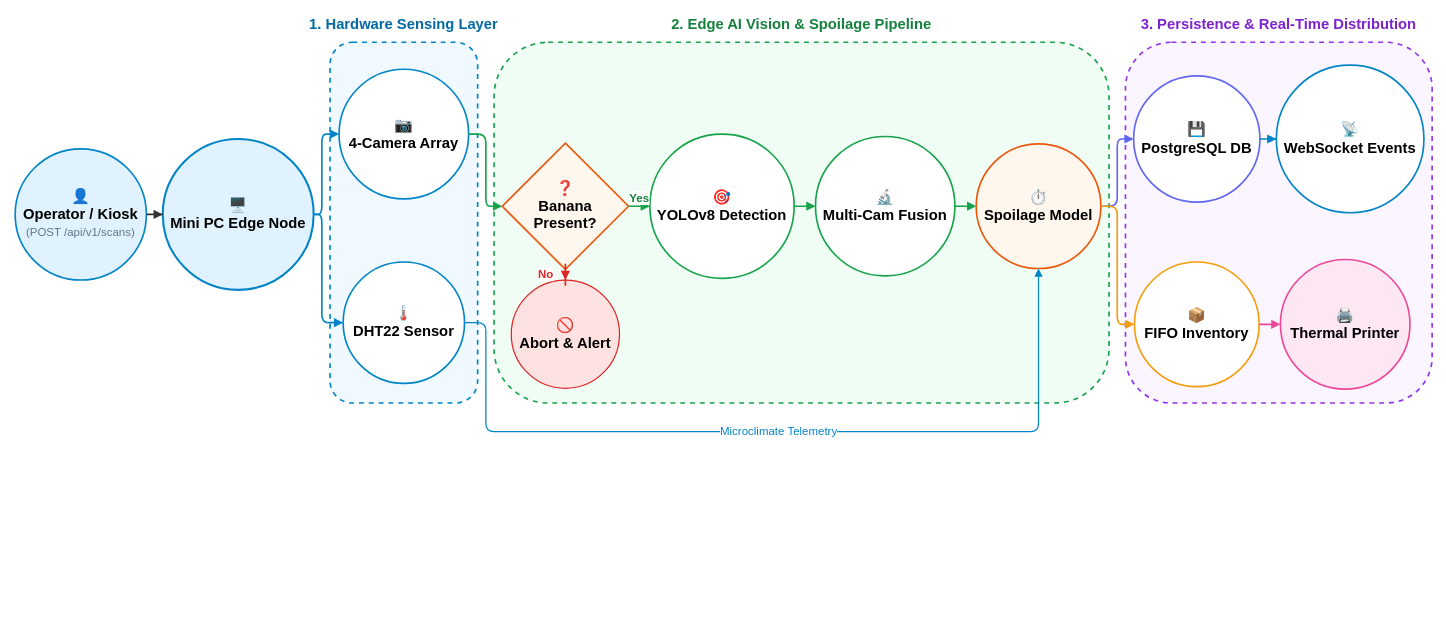
BlackShark404/BananaVision keeps this draw.io diagram as docs/bananavision-docs/docs/workflows/workflow_iot.drawio. Above is the earlier version. Source tidied: cells renumbered, new cells numbered last; positions are measured from the earlier drawing's top-left corner, leaving out a move shared by most shapes. Both pictures are drawn from the tidied source at 82%, with x=0, y=0 at pixel (15, 14).
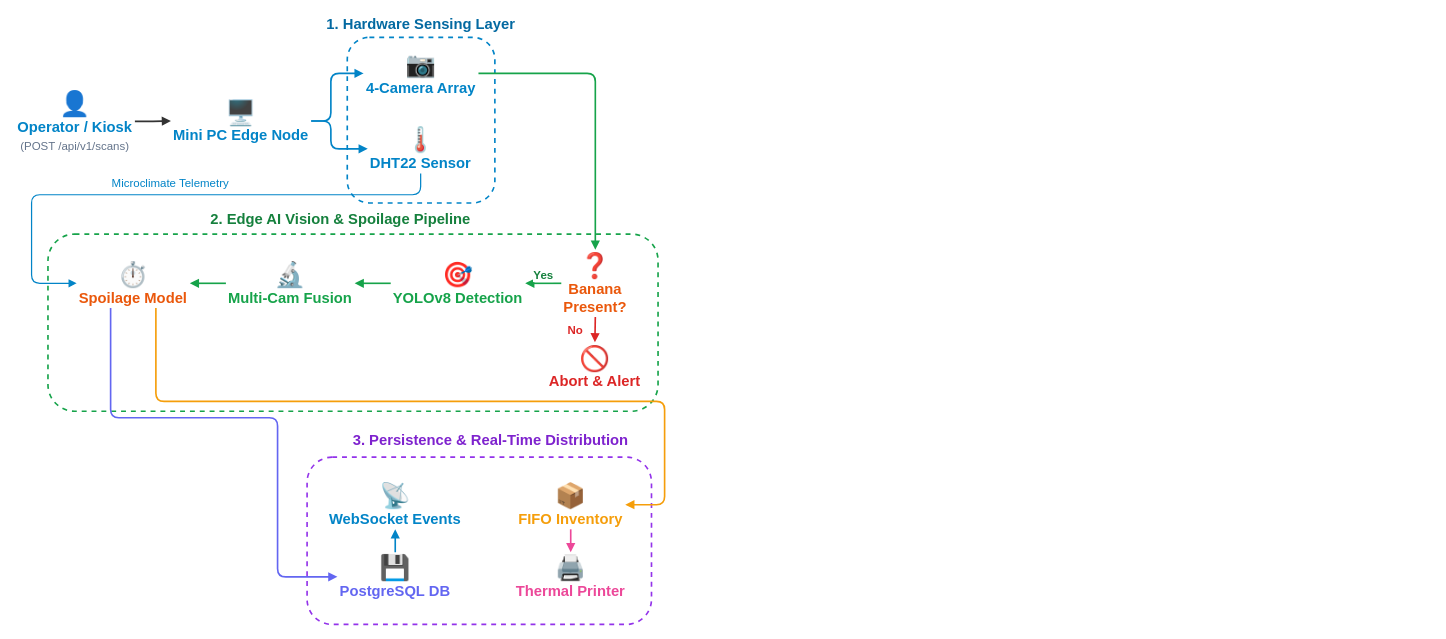
The same page after the edit.

Commit message (it also covers changes not shown here):
refactor: update workflow drawio diagrams and development decisions documentation

Diff of the diagram source:
```diff
@@
-    <mxCell id="2" value="👤&lt;br&gt;&lt;b&gt;Operator / Kiosk&lt;/b&gt;&lt;br&gt;&lt;font color=&quot;#64748b&quot; style=&quot;font-size: 14px;&quot;&gt;(POST /api/v1/scans)&lt;/font&gt;" style="ellipse;whiteSpace=wrap;html=1;fillColor=#e0f2fe;strokeColor=#0284c7;strokeWidth=2;fontSize=18;spacing=3;" parent="1" vertex="1">
-      <mxGeometry y="164" width="160" height="160" as="geometry" />
+    <mxCell id="2" value="&lt;font style=&quot;font-size: 30px;&quot;&gt;👤&lt;/font&gt;&lt;br&gt;&lt;b&gt;Operator / Kiosk&lt;/b&gt;&lt;br&gt;&lt;font color=&quot;#64748b&quot; style=&quot;font-size: 14px;&quot;&gt;(POST /api/v1/scans)&lt;/font&gt;" style="text;html=1;align=center;verticalAlign=middle;whiteSpace=wrap;rounded=0;fontSize=18;fontColor=#0284c7;" parent="1" vertex="1">
+      <mxGeometry y="92" width="146" height="77" as="geometry" />
     </mxCell>
-    <mxCell id="3" value="🖥️&lt;br&gt;&lt;b&gt;Mini PC Edge Node&lt;/b&gt;" style="ellipse;whiteSpace=wrap;html=1;fillColor=#e0f2fe;strokeColor=#0284c7;strokeWidth=2.5;fontSize=18;spacing=3;" parent="1" vertex="1">
-      <mxGeometry x="180" y="152" width="184" height="184" as="geometry" />
+    <mxCell id="3" value="&lt;font style=&quot;font-size: 30px;&quot;&gt;🖥️&lt;/font&gt;&lt;br&gt;&lt;b&gt;Mini PC Edge Node&lt;/b&gt;" style="text;html=1;align=center;verticalAlign=middle;whiteSpace=wrap;rounded=0;fontSize=18;fontColor=#0284c7;" parent="1" vertex="1">
+      <mxGeometry x="190" y="100" width="171" height="60" as="geometry" />
     </mxCell>
-    <mxCell id="4" style="rounded=1;whiteSpace=wrap;html=1;fillColor=#f0f9ff;strokeColor=#0284c7;strokeWidth=2;dashed=1;" parent="1" vertex="1">
-      <mxGeometry x="384" y="34" width="180" height="440" as="geometry" />
+    <mxCell id="4" style="rounded=1;whiteSpace=wrap;html=1;fillColor=none;strokeColor=#0284c7;strokeWidth=2;dashed=1;" parent="1" vertex="1">
+      <mxGeometry x="405" y="28" width="180" height="202" as="geometry" />
     </mxCell>
     <mxCell id="5" value="&lt;b&gt;1. Hardware Sensing Layer&lt;/b&gt;" style="text;html=1;align=center;verticalAlign=middle;whiteSpace=wrap;rounded=0;fontSize=18;fontColor=#0369a1;" parent="1" vertex="1">
-      <mxGeometry x="314" width="320" height="24" as="geometry" />
+      <mxGeometry x="335" width="320" height="24" as="geometry" />
     </mxCell>
-    <mxCell id="6" value="📷&lt;br&gt;&lt;b&gt;4-Camera Array&lt;/b&gt;" style="ellipse;whiteSpace=wrap;html=1;fillColor=#ffffff;strokeColor=#0284c7;strokeWidth=2;fontSize=18;spacing=3;" parent="1" vertex="1">
-      <mxGeometry x="395" y="67" width="158" height="158" as="geometry" />
+    <mxCell id="6" value="&lt;font style=&quot;font-size: 30px;&quot;&gt;📷&lt;/font&gt;&lt;br&gt;&lt;b&gt;4-Camera Array&lt;/b&gt;" style="text;html=1;align=center;verticalAlign=middle;whiteSpace=wrap;rounded=0;fontSize=18;fontColor=#0284c7;" parent="1" vertex="1">
+      <mxGeometry x="425" y="42" width="140" height="60" as="geometry" />
     </mxCell>
-    <mxCell id="7" value="🌡️&lt;br&gt;&lt;b&gt;DHT22 Sensor&lt;/b&gt;" style="ellipse;whiteSpace=wrap;html=1;fillColor=#ffffff;strokeColor=#0284c7;strokeWidth=2;fontSize=18;spacing=3;" parent="1" vertex="1">
-      <mxGeometry x="400" y="302" width="148" height="148" as="geometry" />
+    <mxCell id="7" value="&lt;font style=&quot;font-size: 30px;&quot;&gt;🌡️&lt;/font&gt;&lt;br&gt;&lt;b&gt;DHT22 Sensor&lt;/b&gt;" style="text;html=1;align=center;verticalAlign=middle;whiteSpace=wrap;rounded=0;fontSize=18;fontColor=#0284c7;" parent="1" vertex="1">
+      <mxGeometry x="430" y="134" width="129" height="60" as="geometry" />
     </mxCell>
-    <mxCell id="8" style="rounded=1;whiteSpace=wrap;html=1;fillColor=#f0fdf4;strokeColor=#16a34a;strokeWidth=2;dashed=1;" parent="1" vertex="1">
-      <mxGeometry x="584" y="34" width="750" height="440" as="geometry" />
+    <mxCell id="8" style="rounded=1;whiteSpace=wrap;html=1;fillColor=none;strokeColor=#16a34a;strokeWidth=2;dashed=1;" parent="1" vertex="1">
+      <mxGeometry x="40" y="268" width="744" height="216" as="geometry" />
     </mxCell>
     <mxCell id="9" value="&lt;b&gt;2. Edge AI Vision &amp;amp; Spoilage Pipeline&lt;/b&gt;" style="text;html=1;align=center;verticalAlign=middle;whiteSpace=wrap;rounded=0;fontSize=18;fontColor=#15803d;" parent="1" vertex="1">
-      <mxGeometry x="749" width="420" height="24" as="geometry" />
+      <mxGeometry x="227" y="238" width="340" height="24" as="geometry" />
     </mxCell>
-    <mxCell id="10" value="❓&lt;br&gt;&lt;b&gt;Banana&lt;br&gt;Present?&lt;/b&gt;" style="rhombus;whiteSpace=wrap;html=1;fillColor=#fff7ed;strokeColor=#ea580c;strokeWidth=2;fontSize=18;fontStyle=1;" parent="1" vertex="1">
-      <mxGeometry x="594" y="157" width="154" height="154" as="geometry" />
+    <mxCell id="10" value="&lt;font style=&quot;font-size: 30px;&quot;&gt;❓&lt;/font&gt;&lt;br&gt;&lt;b&gt;Banana&lt;br&gt;Present?&lt;/b&gt;" style="text;html=1;align=center;verticalAlign=middle;whiteSpace=wrap;rounded=0;fontSize=18;fontColor=#ea580c;" parent="1" vertex="1">
+      <mxGeometry x="666" y="287" width="83" height="82" as="geometry" />
     </mxCell>
-    <mxCell id="11" value="🚫&lt;br&gt;&lt;b&gt;Abort &amp;amp; Alert&lt;/b&gt;" style="ellipse;whiteSpace=wrap;html=1;fillColor=#fee2e2;strokeColor=#dc2626;strokeWidth=1.5;fontSize=18;spacing=2;" parent="1" vertex="1">
-      <mxGeometry x="605" y="324" width="132" height="132" as="geometry" />
+    <mxCell id="11" value="&lt;font style=&quot;font-size: 30px;&quot;&gt;🚫&lt;/font&gt;&lt;br&gt;&lt;b&gt;Abort &amp;amp; Alert&lt;/b&gt;" style="text;html=1;align=center;verticalAlign=middle;whiteSpace=wrap;rounded=0;fontSize=18;fontColor=#dc2626;" parent="1" vertex="1">
+      <mxGeometry x="648" y="400" width="118" height="60" as="geometry" />
     </mxCell>
-    <mxCell id="12" value="🎯&lt;br&gt;&lt;b&gt;YOLOv8 Detection&lt;/b&gt;" style="ellipse;whiteSpace=wrap;html=1;fillColor=#ffffff;strokeColor=#16a34a;strokeWidth=2;fontSize=18;spacing=3;" parent="1" vertex="1">
-      <mxGeometry x="774" y="146" width="176" height="176" as="geometry" />
+    <mxCell id="12" value="&lt;font style=&quot;font-size: 30px;&quot;&gt;🎯&lt;/font&gt;&lt;br&gt;&lt;b&gt;YOLOv8 Detection&lt;/b&gt;" style="text;html=1;align=center;verticalAlign=middle;whiteSpace=wrap;rounded=0;fontSize=18;fontColor=#16a34a;" parent="1" vertex="1">
+      <mxGeometry x="458" y="298" width="164" height="60" as="geometry" />
     </mxCell>
-    <mxCell id="13" value="🔬&lt;br&gt;&lt;b&gt;Multi-Cam Fusion&lt;/b&gt;" style="ellipse;whiteSpace=wrap;html=1;fillColor=#ffffff;strokeColor=#16a34a;strokeWidth=2;fontSize=18;spacing=3;" parent="1" vertex="1">
-      <mxGeometry x="976" y="149" width="170" height="170" as="geometry" />
+    <mxCell id="13" value="&lt;font style=&quot;font-size: 30px;&quot;&gt;🔬&lt;/font&gt;&lt;br&gt;&lt;b&gt;Multi-Cam Fusion&lt;/b&gt;" style="text;html=1;align=center;verticalAlign=middle;whiteSpace=wrap;rounded=0;fontSize=18;fontColor=#16a34a;" parent="1" vertex="1">
+      <mxGeometry x="257" y="298" width="157" height="60" as="geometry" />
     </mxCell>
-    <mxCell id="14" value="⏱️&lt;br&gt;&lt;b&gt;Spoilage Model&lt;/b&gt;" style="ellipse;whiteSpace=wrap;html=1;fillColor=#fff7ed;strokeColor=#ea580c;strokeWidth=2;fontSize=18;spacing=3;" parent="1" vertex="1">
-      <mxGeometry x="1172" y="158" width="152" height="152" as="geometry" />
+    <mxCell id="14" value="&lt;font style=&quot;font-size: 30px;&quot;&gt;⏱️&lt;/font&gt;&lt;br&gt;&lt;b&gt;Spoilage Model&lt;/b&gt;" style="text;html=1;align=center;verticalAlign=middle;whiteSpace=wrap;rounded=0;fontSize=18;fontColor=#ea580c;" parent="1" vertex="1">
+      <mxGeometry x="75" y="298" width="138" height="60" as="geometry" />
     </mxCell>
-    <mxCell id="15" style="rounded=1;whiteSpace=wrap;html=1;fillColor=#faf5ff;strokeColor=#9333ea;strokeWidth=2;dashed=1;" parent="1" vertex="1">
-      <mxGeometry x="1354" y="34" width="374" height="440" as="geometry" />
+    <mxCell id="15" style="rounded=1;whiteSpace=wrap;html=1;fillColor=none;strokeColor=#9333ea;strokeWidth=2;dashed=1;" parent="1" vertex="1">
+      <mxGeometry x="356" y="540" width="420" height="204" as="geometry" />
     </mxCell>
     <mxCell id="16" value="&lt;b&gt;3. Persistence &amp;amp; Real-Time Distribution&lt;/b&gt;" style="text;html=1;align=center;verticalAlign=middle;whiteSpace=wrap;rounded=0;fontSize=18;fontColor=#7e22ce;" parent="1" vertex="1">
-      <mxGeometry x="1354" width="374" height="24" as="geometry" />
+      <mxGeometry x="390" y="508" width="380" height="24" as="geometry" />
     </mxCell>
-    <mxCell id="17" value="💾&lt;br&gt;&lt;b&gt;PostgreSQL DB&lt;/b&gt;" style="ellipse;whiteSpace=wrap;html=1;fillColor=#ffffff;strokeColor=#6366f1;strokeWidth=2;fontSize=18;spacing=3;" parent="1" vertex="1">
-      <mxGeometry x="1364" y="75" width="154" height="154" as="geometry" />
+    <mxCell id="17" value="&lt;font style=&quot;font-size: 30px;&quot;&gt;💾&lt;/font&gt;&lt;br&gt;&lt;b&gt;PostgreSQL DB&lt;/b&gt;" style="text;html=1;align=center;verticalAlign=middle;whiteSpace=wrap;rounded=0;fontSize=18;fontColor=#6366f1;" parent="1" vertex="1">
+      <mxGeometry x="393" y="656" width="141" height="60" as="geometry" />
     </mxCell>
-    <mxCell id="18" value="📡&lt;br&gt;&lt;b&gt;WebSocket Events&lt;/b&gt;" style="ellipse;whiteSpace=wrap;html=1;fillColor=#ffffff;strokeColor=#0284c7;strokeWidth=2;fontSize=18;spacing=3;" parent="1" vertex="1">
-      <mxGeometry x="1538" y="62" width="180" height="180" as="geometry" />
+    <mxCell id="18" value="&lt;font style=&quot;font-size: 30px;&quot;&gt;📡&lt;/font&gt;&lt;br&gt;&lt;b&gt;WebSocket Events&lt;/b&gt;" style="text;html=1;align=center;verticalAlign=middle;whiteSpace=wrap;rounded=0;fontSize=18;fontColor=#0284c7;" parent="1" vertex="1">
+      <mxGeometry x="380" y="568" width="167" height="60" as="geometry" />
     </mxCell>
-    <mxCell id="19" value="📦&lt;br&gt;&lt;b&gt;FIFO Inventory&lt;/b&gt;" style="ellipse;whiteSpace=wrap;html=1;fillColor=#ffffff;strokeColor=#f59e0b;strokeWidth=2;fontSize=18;spacing=3;" parent="1" vertex="1">
-      <mxGeometry x="1365" y="302" width="152" height="152" as="geometry" />
+    <mxCell id="19" value="&lt;font style=&quot;font-size: 30px;&quot;&gt;📦&lt;/font&gt;&lt;br&gt;&lt;b&gt;FIFO Inventory&lt;/b&gt;" style="text;html=1;align=center;verticalAlign=middle;whiteSpace=wrap;rounded=0;fontSize=18;fontColor=#f59e0b;" parent="1" vertex="1">
+      <mxGeometry x="611" y="568" width="133" height="60" as="geometry" />
     </mxCell>
-    <mxCell id="20" value="🖨️&lt;br&gt;&lt;b&gt;Thermal Printer&lt;/b&gt;" style="ellipse;whiteSpace=wrap;html=1;fillColor=#fce7f3;strokeColor=#ec4899;strokeWidth=2;fontSize=18;spacing=3;" parent="1" vertex="1">
-      <mxGeometry x="1543" y="299" width="158" height="158" as="geometry" />
+    <mxCell id="20" value="&lt;font style=&quot;font-size: 30px;&quot;&gt;🖨️&lt;/font&gt;&lt;br&gt;&lt;b&gt;Thermal Printer&lt;/b&gt;" style="text;html=1;align=center;verticalAlign=middle;whiteSpace=wrap;rounded=0;fontSize=18;fontColor=#ec4899;" parent="1" vertex="1">
+      <mxGeometry x="608" y="656" width="139" height="60" as="geometry" />
     </mxCell>
-    <mxCell id="21" style="edgeStyle=orthogonalEdgeStyle;rounded=0;jettySize=auto;html=1;strokeWidth=2;strokeColor=#333333;endArrow=block;endFill=1;" parent="1" edge="1" source="2" target="3">
+    <mxCell id="21" style="edgeStyle=orthogonalEdgeStyle;rounded=0;jettySize=auto;html=1;strokeWidth=2;strokeColor=#333333;endArrow=block;endFill=1;exitX=1;exitY=0.5;entryX=0;entryY=0.5;" parent="1" edge="1" source="2" target="3">
       <mxGeometry relative="1" as="geometry" />
     </mxCell>
     <mxCell id="22" style="edgeStyle=orthogonalEdgeStyle;rounded=1;jettySize=auto;html=1;strokeWidth=2;strokeColor=#0284c7;endArrow=block;endFill=1;exitX=1;exitY=0.5;entryX=0;entryY=0.5;" parent="1" edge="1" source="3" target="6">
       <mxGeometry relative="1" as="geometry">
         <Array as="points">
-          <mxPoint x="374" y="244" />
-          <mxPoint x="374" y="146" />
+          <mxPoint x="385" y="130" />
+          <mxPoint x="385" y="72" />
         </Array>
       </mxGeometry>
     </mxCell>
     <mxCell id="23" style="edgeStyle=orthogonalEdgeStyle;rounded=1;jettySize=auto;html=1;strokeWidth=2;strokeColor=#0284c7;endArrow=block;endFill=1;exitX=1;exitY=0.5;entryX=0;entryY=0.5;" parent="1" edge="1" source="3" target="7">
       <mxGeometry relative="1" as="geometry">
         <Array as="points">
-          <mxPoint x="374" y="244" />
-          <mxPoint x="374" y="376" />
+          <mxPoint x="385" y="130" />
+          <mxPoint x="385" y="164" />
         </Array>
       </mxGeometry>
     </mxCell>
-    <mxCell id="24" style="edgeStyle=orthogonalEdgeStyle;rounded=1;jettySize=auto;html=1;strokeWidth=2;strokeColor=#16a34a;endArrow=block;endFill=1;exitX=1;exitY=0.5;entryX=0;entryY=0.5;" parent="1" edge="1" source="6" target="10">
+    <mxCell id="24" style="edgeStyle=orthogonalEdgeStyle;rounded=1;jettySize=auto;html=1;strokeWidth=2;strokeColor=#16a34a;endArrow=block;endFill=1;exitX=1;exitY=0.5;entryX=0.5;entryY=0;" parent="1" edge="1" source="6" target="10">
       <mxGeometry relative="1" as="geometry">
         <Array as="points">
-          <mxPoint x="574" y="146" />
-          <mxPoint x="574" y="234" />
+          <mxPoint x="707.5" y="72" />
         </Array>
       </mxGeometry>
     </mxCell>
-    <mxCell id="25" value="Yes" style="edgeStyle=orthogonalEdgeStyle;rounded=0;jettySize=auto;html=1;strokeWidth=2;strokeColor=#16a34a;endArrow=block;endFill=1;fontSize=14;fontColor=#15803d;fontStyle=1;" parent="1" edge="1" source="10" target="12">
+    <mxCell id="25" value="Yes" style="edgeStyle=orthogonalEdgeStyle;rounded=0;jettySize=auto;html=1;strokeWidth=2;strokeColor=#16a34a;endArrow=block;endFill=1;fontSize=14;fontColor=#15803d;fontStyle=1;exitX=0;exitY=0.5;entryX=1;entryY=0.5;" parent="1" edge="1" source="10" target="12">
       <mxGeometry relative="1" as="geometry">
         <mxPoint y="-10" as="offset" />
       </mxGeometry>
     </mxCell>
-    <mxCell id="26" value="No" style="edgeStyle=orthogonalEdgeStyle;rounded=0;jettySize=auto;html=1;strokeWidth=2;strokeColor=#dc2626;endArrow=block;endFill=1;fontSize=14;fontColor=#dc2626;fontStyle=1;" parent="1" edge="1" source="10" target="11">
+    <mxCell id="26" value="No" style="edgeStyle=orthogonalEdgeStyle;rounded=0;jettySize=auto;html=1;strokeWidth=2;strokeColor=#dc2626;endArrow=block;endFill=1;fontSize=14;fontColor=#dc2626;fontStyle=1;exitX=0.5;exitY=1;entryX=0.5;entryY=0;" parent="1" edge="1" source="10" target="11">
       <mxGeometry relative="1" as="geometry">
         <mxPoint x="-24" as="offset" />
       </mxGeometry>
     </mxCell>
-    <mxCell id="27" style="edgeStyle=orthogonalEdgeStyle;rounded=0;jettySize=auto;html=1;strokeWidth=2;strokeColor=#16a34a;endArrow=block;endFill=1;" parent="1" edge="1" source="12" target="13">
+    <mxCell id="27" style="edgeStyle=orthogonalEdgeStyle;rounded=0;jettySize=auto;html=1;strokeWidth=2;strokeColor=#16a34a;endArrow=block;endFill=1;exitX=0;exitY=0.5;entryX=1;entryY=0.5;" parent="1" edge="1" source="12" target="13">
       <mxGeometry relative="1" as="geometry" />
     </mxCell>
-    <mxCell id="28" style="edgeStyle=orthogonalEdgeStyle;rounded=0;jettySize=auto;html=1;strokeWidth=2;strokeColor=#16a34a;endArrow=block;endFill=1;" parent="1" edge="1" source="13" target="14">
+    <mxCell id="28" style="edgeStyle=orthogonalEdgeStyle;rounded=0;jettySize=auto;html=1;strokeWidth=2;strokeColor=#16a34a;endArrow=block;endFill=1;exitX=0;exitY=0.5;entryX=1;entryY=0.5;" parent="1" edge="1" source="13" target="14">
       <mxGeometry relative="1" as="geometry" />
     </mxCell>
-    <mxCell id="29" value="Microclimate Telemetry" style="edgeStyle=orthogonalEdgeStyle;rounded=1;jettySize=auto;html=1;strokeWidth=1.5;strokeColor=#0284c7;strokeDasharray=4 4;endArrow=block;endFill=1;fontSize=14;fontColor=#0284c7;exitX=1;exitY=0.5;entryX=0.5;entryY=1;" parent="1" edge="1" source="7" target="14">
+    <mxCell id="29" value="Microclimate Telemetry" style="edgeStyle=orthogonalEdgeStyle;rounded=1;jettySize=auto;html=1;strokeWidth=1.5;strokeColor=#0284c7;strokeDasharray=4 4;endArrow=block;endFill=1;fontSize=14;fontColor=#0284c7;exitX=0.5;exitY=1;entryX=0;entryY=0.5;" parent="1" edge="1" source="7" target="14">
       <mxGeometry relative="1" as="geometry">
         <Array as="points">
-          <mxPoint x="574" y="376" />
-          <mxPoint x="574" y="509" />
-          <mxPoint x="1248" y="509" />
+          <mxPoint x="494.5" y="220" />
+          <mxPoint x="20" y="220" />
+          <mxPoint x="20" y="328" />
         </Array>
+        <mxPoint y="-14" as="offset" />
       </mxGeometry>
     </mxCell>
-    <mxCell id="30" style="edgeStyle=orthogonalEdgeStyle;rounded=1;jettySize=auto;html=1;strokeWidth=2;strokeColor=#6366f1;endArrow=block;endFill=1;exitX=1;exitY=0.5;entryX=0;entryY=0.5;" parent="1" edge="1" source="14" target="17">
+    <mxCell id="30" style="edgeStyle=orthogonalEdgeStyle;rounded=1;jettySize=auto;html=1;strokeWidth=2;strokeColor=#6366f1;endArrow=block;endFill=1;exitX=0.3;exitY=1;entryX=0;entryY=0.5;" parent="1" edge="1" source="14" target="17">
       <mxGeometry relative="1" as="geometry">
         <Array as="points">
-          <mxPoint x="1344" y="234" />
-          <mxPoint x="1344" y="152" />
+          <mxPoint x="116" y="492" />
+          <mxPoint x="320" y="492" />
+          <mxPoint x="320" y="686" />
         </Array>
       </mxGeometry>
     </mxCell>
-    <mxCell id="31" style="edgeStyle=orthogonalEdgeStyle;rounded=1;jettySize=auto;html=1;strokeWidth=2;strokeColor=#f59e0b;endArrow=block;endFill=1;exitX=1;exitY=0.5;entryX=0;entryY=0.5;" parent="1" edge="1" source="14" target="19">
+    <mxCell id="31" style="edgeStyle=orthogonalEdgeStyle;rounded=1;jettySize=auto;html=1;strokeWidth=2;strokeColor=#f59e0b;endArrow=block;endFill=1;exitX=0.7;exitY=1;entryX=1;entryY=0.5;" parent="1" edge="1" source="14" target="19">
       <mxGeometry relative="1" as="geometry">
         <Array as="points">
-          <mxPoint x="1344" y="234" />
-          <mxPoint x="1344" y="378" />
+          <mxPoint x="172" y="472" />
+          <mxPoint x="792" y="472" />
+          <mxPoint x="792" y="598" />
         </Array>
       </mxGeometry>
     </mxCell>
-    <mxCell id="32" style="edgeStyle=orthogonalEdgeStyle;rounded=0;jettySize=auto;html=1;strokeWidth=2;strokeColor=#0284c7;endArrow=block;endFill=1;" parent="1" edge="1" source="17" target="18">
+    <mxCell id="32" style="edgeStyle=orthogonalEdgeStyle;rounded=0;jettySize=auto;html=1;strokeWidth=2;strokeColor=#0284c7;endArrow=block;endFill=1;exitX=0.5;exitY=0;entryX=0.5;entryY=1;" parent="1" edge="1" source="17" target="18">
       <mxGeometry relative="1" as="geometry" />
     </mxCell>
-    <mxCell id="33" style="edgeStyle=orthogonalEdgeStyle;rounded=0;jettySize=auto;html=1;strokeWidth=2;strokeColor=#ec4899;endArrow=block;endFill=1;" parent="1" edge="1" source="19" target="20">
+    <mxCell id="33" style="edgeStyle=orthogonalEdgeStyle;rounded=0;jettySize=auto;html=1;strokeWidth=2;strokeColor=#ec4899;endArrow=block;endFill=1;exitX=0.5;exitY=1;entryX=0.5;entryY=0;" parent="1" edge="1" source="19" target="20">
       <mxGeometry relative="1" as="geometry" />
     </mxCell>
```
